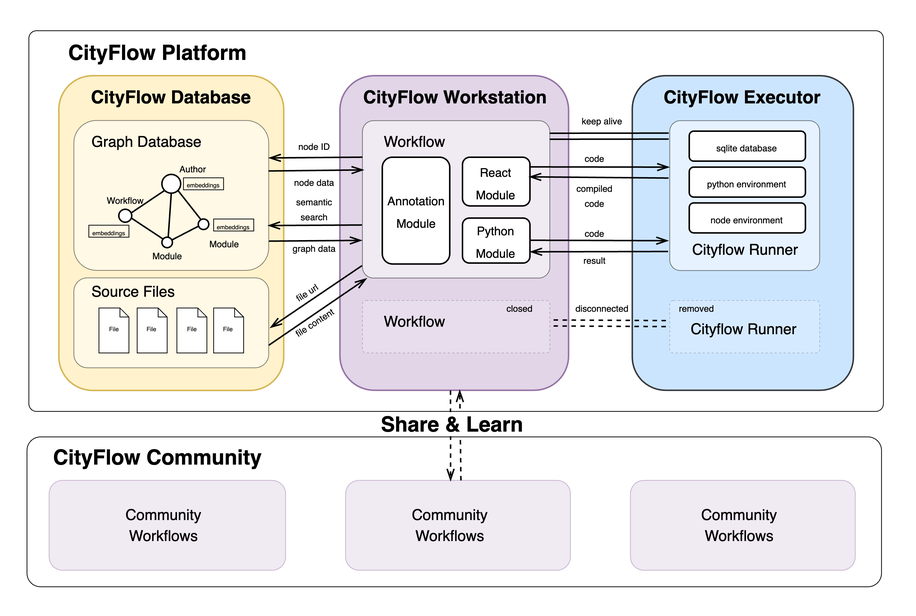
Above: docs/intro/assets/architecture.png in kekehurry/cityflow_document (draw.io), before the change. Source tidied: cells renumbered, new cells last; positions are measured from the earlier drawing's top-left corner, leaving out a move shared by most shapes.
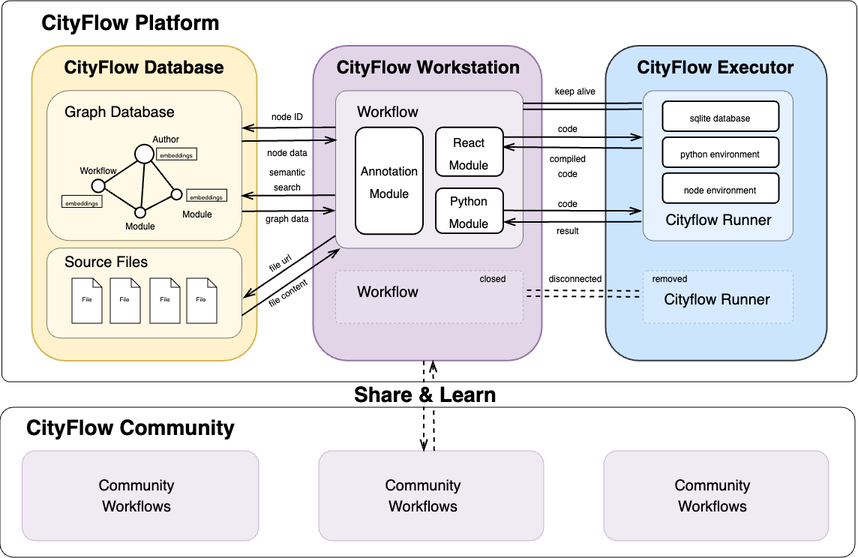
After the change.

Commit message:
reduce image size

Change to the diagram source:
```diff
@@ -2,9 +2,6 @@
   <root>
     <mxCell id="0" />
     <mxCell id="1" parent="0" />
-    <mxCell id="2" style="rounded=0;whiteSpace=wrap;html=1;strokeColor=none;" parent="1" vertex="1">
-      <mxGeometry width="610" height="410" as="geometry" />
-    </mxCell>
     <mxCell id="3" style="rounded=1;whiteSpace=wrap;html=1;labelBackgroundColor=none;strokeWidth=0.5;fontSize=4;fontColor=#000000;fillColor=none;arcSize=2;" parent="1" vertex="1">
       <mxGeometry x="18.8" y="20" width="570" height="254" as="geometry" />
     </mxCell>
```
